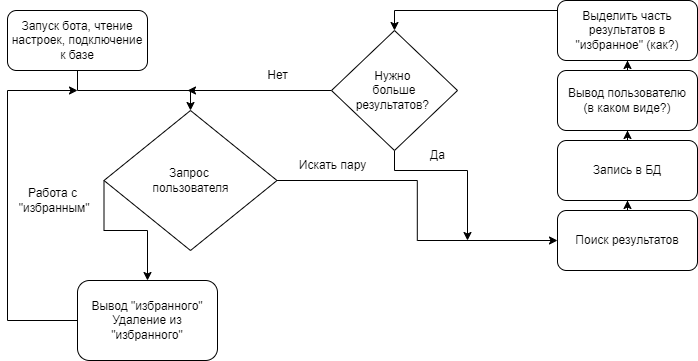
Earlier version of the draw.io export Логика.png (Stimul88/PYnder). Source tidied: cells renumbered, new cells last; positions are measured from the earlier drawing's top-left corner, leaving out a move shared by most shapes.
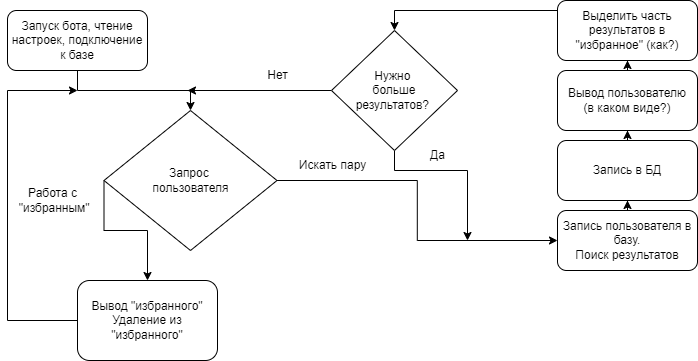
Above is the later version.

Change to the diagram source:
```diff
@@ -16,7 +16,7 @@
     <mxCell id="5" style="edgeStyle=orthogonalEdgeStyle;rounded=0;jettySize=auto;html=1;" parent="1" edge="1" source="6" target="12">
       <mxGeometry relative="1" as="geometry" />
     </mxCell>
-    <mxCell id="6" value="Поиск результатов" style="rounded=1;whiteSpace=wrap;html=1;fontSize=12;glass=0;strokeWidth=1;shadow=0;" parent="1" vertex="1">
+    <mxCell id="6" value="Запись пользователя в базу.&lt;br&gt;Поиск результатов" style="rounded=1;whiteSpace=wrap;html=1;fontSize=12;glass=0;strokeWidth=1;shadow=0;" parent="1" vertex="1">
       <mxGeometry x="555" y="210" width="140" height="60" as="geometry" />
     </mxCell>
     <mxCell id="7" style="edgeStyle=orthogonalEdgeStyle;rounded=0;jettySize=auto;html=1;" parent="1" edge="1" source="9" target="6">
```
